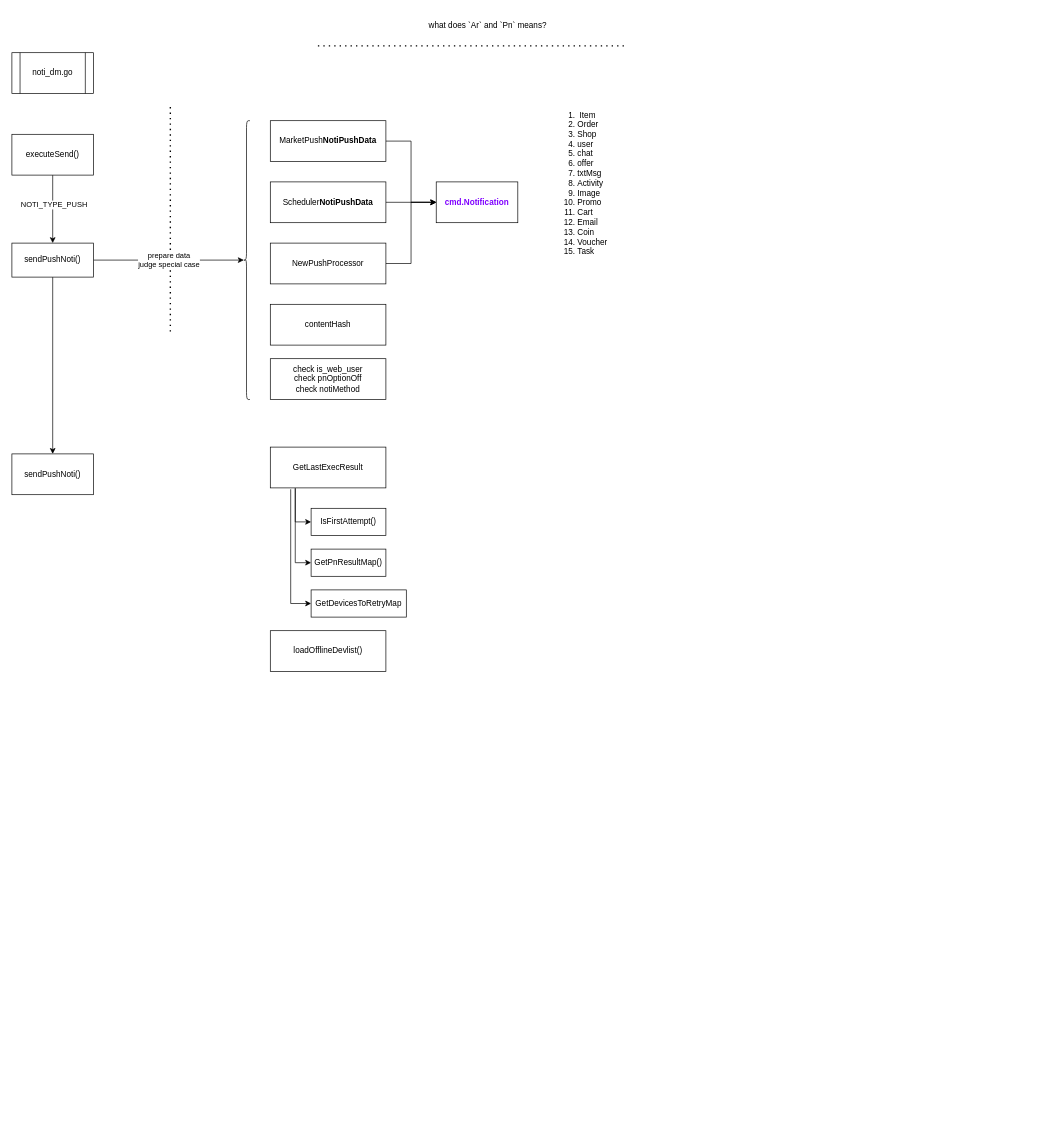
The draw.io diagram page "Page-2" (2 of 2) of Untitled Diagram.drawio in floatLig/drow.io, before the edit. Source tidied: cells renumbered, new cells numbered last; positions are measured from the earlier drawing's top-left corner, leaving out a move shared by most shapes. Both pictures are drawn from the tidied source at 68%, with x=0, y=0 at pixel (12, 12).
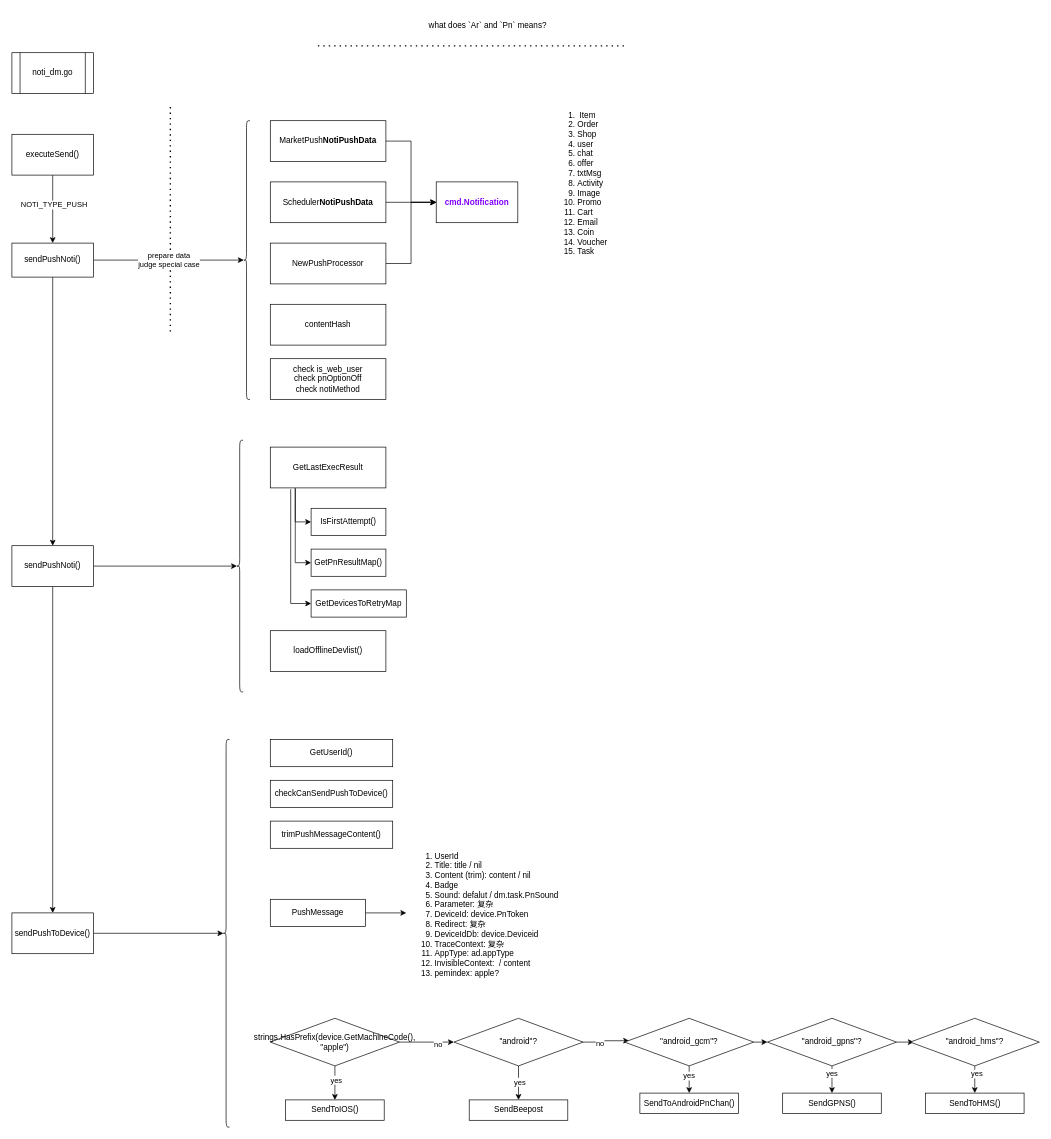
Above is the later version.

The edit, as a diff of the source:
```diff
@@
+    <mxCell id="32" style="edgeStyle=orthogonalEdgeStyle;rounded=0;jettySize=auto;html=1;entryX=0.1;entryY=0.5;entryDx=0;entryDy=0;entryPerimeter=0;" parent="1" edge="1" source="20" target="34">
+      <mxGeometry relative="1" as="geometry" />
+    </mxCell>
+    <mxCell id="33" style="edgeStyle=orthogonalEdgeStyle;rounded=0;jettySize=auto;html=1;exitX=0.5;exitY=1;exitDx=0;exitDy=0;entryX=0.5;entryY=0;entryDx=0;entryDy=0;" parent="1" edge="1" source="20" target="36">
+      <mxGeometry relative="1" as="geometry" />
+    </mxCell>
     <mxCell id="20" value="sendPushNoti()" style="rounded=0;whiteSpace=wrap;html=1;" parent="1" vertex="1">
-      <mxGeometry y="650" width="120" height="60" as="geometry" />
+      <mxGeometry y="785" width="120" height="60" as="geometry" />
     </mxCell>
@@
+    <mxCell id="34" style="shape=curlyBracket;whiteSpace=wrap;html=1;rounded=1;" parent="1" vertex="1">
+      <mxGeometry x="330" y="630" width="10" height="370" as="geometry" />
+    </mxCell>
+    <mxCell id="35" style="edgeStyle=orthogonalEdgeStyle;rounded=0;jettySize=auto;html=1;exitX=1;exitY=0.5;exitDx=0;exitDy=0;entryX=0.1;entryY=0.5;entryDx=0;entryDy=0;entryPerimeter=0;" parent="1" edge="1" source="36" target="69">
+      <mxGeometry relative="1" as="geometry" />
+    </mxCell>
+    <mxCell id="36" value="sendPushToDevice()" style="rounded=0;whiteSpace=wrap;html=1;" parent="1" vertex="1">
+      <mxGeometry y="1325" width="120" height="60" as="geometry" />
+    </mxCell>
+    <mxCell id="37" value="GetUserId()" style="rounded=0;whiteSpace=wrap;html=1;" parent="1" vertex="1">
+      <mxGeometry x="380" y="1070" width="180" height="40" as="geometry" />
+    </mxCell>
+    <mxCell id="38" value="checkCanSendPushToDevice()" style="rounded=0;whiteSpace=wrap;html=1;" parent="1" vertex="1">
+      <mxGeometry x="380" y="1130" width="180" height="40" as="geometry" />
+    </mxCell>
+    <mxCell id="39" value="trimPushMessageContent()" style="rounded=0;whiteSpace=wrap;html=1;" parent="1" vertex="1">
+      <mxGeometry x="380" y="1190" width="180" height="40" as="geometry" />
+    </mxCell>
+    <mxCell id="40" style="edgeStyle=orthogonalEdgeStyle;rounded=0;jettySize=auto;html=1;exitX=1;exitY=0.5;exitDx=0;exitDy=0;" parent="1" edge="1" source="41" target="42">
+      <mxGeometry relative="1" as="geometry" />
+    </mxCell>
+    <mxCell id="41" value="PushMessage" style="rounded=0;whiteSpace=wrap;html=1;" parent="1" vertex="1">
+      <mxGeometry x="380" y="1305" width="140" height="40" as="geometry" />
+    </mxCell>
+    <mxCell id="42" value="&lt;ol&gt;&lt;li&gt;UserId&lt;/li&gt;&lt;li&gt;Title: title / nil&lt;/li&gt;&lt;li&gt;Content (trim): content / nil&lt;/li&gt;&lt;li&gt;Badge&lt;/li&gt;&lt;li&gt;Sound: defalut / dm.task.PnSound&lt;/li&gt;&lt;li&gt;Parameter: 复杂&lt;/li&gt;&lt;li&gt;DeviceId: device.PnToken&lt;/li&gt;&lt;li&gt;Redirect: 复杂&lt;/li&gt;&lt;li&gt;DeviceIdDb: device.Deviceid&lt;/li&gt;&lt;li&gt;TraceContext: 复杂&lt;/li&gt;&lt;li&gt;AppType: ad.appType&lt;/li&gt;&lt;li&gt;InvisibleContext:&amp;nbsp; / content&lt;/li&gt;&lt;li&gt;pemindex: apple?&lt;/li&gt;&lt;/ol&gt;" style="text;strokeColor=none;fillColor=none;html=1;whiteSpace=wrap;verticalAlign=middle;overflow=hidden;" parent="1" vertex="1">
+      <mxGeometry x="580" y="1220" width="360" height="210" as="geometry" />
+    </mxCell>
+    <mxCell id="43" style="edgeStyle=orthogonalEdgeStyle;rounded=0;jettySize=auto;html=1;exitX=0.5;exitY=1;exitDx=0;exitDy=0;entryX=0.5;entryY=0;entryDx=0;entryDy=0;" parent="1" edge="1" source="47" target="48">
+      <mxGeometry relative="1" as="geometry" />
+    </mxCell>
+    <mxCell id="44" value="yes" style="edgeLabel;html=1;align=center;verticalAlign=middle;" parent="43" vertex="1">
+      <mxGeometry x="-0.22" y="1" relative="1" as="geometry" />
+    </mxCell>
+    <mxCell id="45" style="edgeStyle=orthogonalEdgeStyle;rounded=0;jettySize=auto;html=1;exitX=1;exitY=0.5;exitDx=0;exitDy=0;entryX=0;entryY=0.5;entryDx=0;entryDy=0;" parent="1" edge="1" source="47" target="53">
+      <mxGeometry relative="1" as="geometry" />
+    </mxCell>
+    <mxCell id="46" value="no" style="edgeLabel;html=1;align=center;verticalAlign=middle;" parent="45" vertex="1">
+      <mxGeometry x="0.41" y="-2" relative="1" as="geometry" />
+    </mxCell>
+    <mxCell id="47" value="strings.HasPrefix(device.GetMachineCode(), &quot;apple&quot;)" style="rhombus;whiteSpace=wrap;html=1;" parent="1" vertex="1">
+      <mxGeometry x="380" y="1480" width="190" height="70" as="geometry" />
+    </mxCell>
+    <mxCell id="48" value="SendToIOS()" style="rounded=0;whiteSpace=wrap;html=1;" parent="1" vertex="1">
+      <mxGeometry x="402.5" y="1600" width="145" height="30" as="geometry" />
+    </mxCell>
+    <mxCell id="49" style="edgeStyle=orthogonalEdgeStyle;rounded=0;jettySize=auto;html=1;exitX=0.5;exitY=1;exitDx=0;exitDy=0;entryX=0.5;entryY=0;entryDx=0;entryDy=0;" parent="1" edge="1" source="53" target="54">
+      <mxGeometry relative="1" as="geometry" />
+    </mxCell>
+    <mxCell id="50" value="yes" style="edgeLabel;html=1;align=center;verticalAlign=middle;" parent="49" vertex="1">
+      <mxGeometry x="-0.08" y="1" relative="1" as="geometry" />
+    </mxCell>
+    <mxCell id="51" style="edgeStyle=orthogonalEdgeStyle;rounded=0;jettySize=auto;html=1;exitX=1;exitY=0.5;exitDx=0;exitDy=0;entryX=0.035;entryY=0.471;entryDx=0;entryDy=0;entryPerimeter=0;" parent="1" edge="1" source="53" target="58">
+      <mxGeometry relative="1" as="geometry" />
+    </mxCell>
+    <mxCell id="52" value="no" style="edgeLabel;html=1;align=center;verticalAlign=middle;" parent="51" vertex="1">
+      <mxGeometry x="-0.32" y="-1" relative="1" as="geometry" />
+    </mxCell>
+    <mxCell id="53" value="&quot;android&quot;?" style="rhombus;whiteSpace=wrap;html=1;" parent="1" vertex="1">
+      <mxGeometry x="650" y="1480" width="190" height="70" as="geometry" />
+    </mxCell>
+    <mxCell id="54" value="SendBeepost" style="rounded=0;whiteSpace=wrap;html=1;" parent="1" vertex="1">
+      <mxGeometry x="672.5" y="1600" width="145" height="30" as="geometry" />
+    </mxCell>
+    <mxCell id="55" style="edgeStyle=orthogonalEdgeStyle;rounded=0;jettySize=auto;html=1;exitX=0.5;exitY=1;exitDx=0;exitDy=0;entryX=0.5;entryY=0;entryDx=0;entryDy=0;" parent="1" edge="1" source="58" target="59">
+      <mxGeometry relative="1" as="geometry" />
+    </mxCell>
+    <mxCell id="56" value="yes" style="edgeLabel;html=1;align=center;verticalAlign=middle;" parent="55" vertex="1">
+      <mxGeometry x="-0.3" y="-1" relative="1" as="geometry" />
+    </mxCell>
+    <mxCell id="57" style="edgeStyle=orthogonalEdgeStyle;rounded=0;jettySize=auto;html=1;exitX=1;exitY=0.5;exitDx=0;exitDy=0;entryX=0;entryY=0.5;entryDx=0;entryDy=0;" parent="1" edge="1" source="58" target="63">
+      <mxGeometry relative="1" as="geometry" />
+    </mxCell>
+    <mxCell id="58" value="&quot;android_gcm&quot;?" style="rhombus;whiteSpace=wrap;html=1;" parent="1" vertex="1">
+      <mxGeometry x="901" y="1480" width="190" height="70" as="geometry" />
+    </mxCell>
+    <mxCell id="59" value="SendToAndroidPnChan()" style="rounded=0;whiteSpace=wrap;html=1;" parent="1" vertex="1">
+      <mxGeometry x="923.5" y="1590" width="145" height="30" as="geometry" />
+    </mxCell>
+    <mxCell id="60" style="edgeStyle=orthogonalEdgeStyle;rounded=0;jettySize=auto;html=1;exitX=0.5;exitY=1;exitDx=0;exitDy=0;entryX=0.5;entryY=0;entryDx=0;entryDy=0;" parent="1" edge="1" source="63" target="64">
+      <mxGeometry relative="1" as="geometry" />
+    </mxCell>
+    <mxCell id="61" value="yes" style="edgeLabel;html=1;align=center;verticalAlign=middle;" parent="60" vertex="1">
+      <mxGeometry x="-0.51" y="-1" relative="1" as="geometry" />
+    </mxCell>
+    <mxCell id="62" style="edgeStyle=orthogonalEdgeStyle;rounded=0;jettySize=auto;html=1;exitX=1;exitY=0.5;exitDx=0;exitDy=0;entryX=0.028;entryY=0.491;entryDx=0;entryDy=0;entryPerimeter=0;" parent="1" edge="1" source="63" target="67">
+      <mxGeometry relative="1" as="geometry" />
+    </mxCell>
+    <mxCell id="63" value="&quot;android_gpns&quot;?" style="rhombus;whiteSpace=wrap;html=1;" parent="1" vertex="1">
+      <mxGeometry x="1111" y="1480" width="190" height="70" as="geometry" />
+    </mxCell>
+    <mxCell id="64" value="SendGPNS()" style="rounded=0;whiteSpace=wrap;html=1;" parent="1" vertex="1">
+      <mxGeometry x="1133.5" y="1590" width="145" height="30" as="geometry" />
+    </mxCell>
+    <mxCell id="65" style="edgeStyle=orthogonalEdgeStyle;rounded=0;jettySize=auto;html=1;exitX=0.5;exitY=1;exitDx=0;exitDy=0;entryX=0.5;entryY=0;entryDx=0;entryDy=0;" parent="1" edge="1" source="67" target="68">
+      <mxGeometry relative="1" as="geometry" />
+    </mxCell>
+    <mxCell id="66" value="yes" style="edgeLabel;html=1;align=center;verticalAlign=middle;" parent="65" vertex="1">
+      <mxGeometry x="-0.47" y="2" relative="1" as="geometry" />
+    </mxCell>
+    <mxCell id="67" value="&quot;android_hms&quot;?" style="rhombus;whiteSpace=wrap;html=1;" parent="1" vertex="1">
+      <mxGeometry x="1321" y="1480" width="190" height="70" as="geometry" />
+    </mxCell>
+    <mxCell id="68" value="SendToHMS()" style="rounded=0;whiteSpace=wrap;html=1;" parent="1" vertex="1">
+      <mxGeometry x="1343.5" y="1590" width="145" height="30" as="geometry" />
+    </mxCell>
+    <mxCell id="69" style="shape=curlyBracket;whiteSpace=wrap;html=1;rounded=1;" parent="1" vertex="1">
+      <mxGeometry x="310" y="1070" width="10" height="570" as="geometry" />
+    </mxCell>
```
